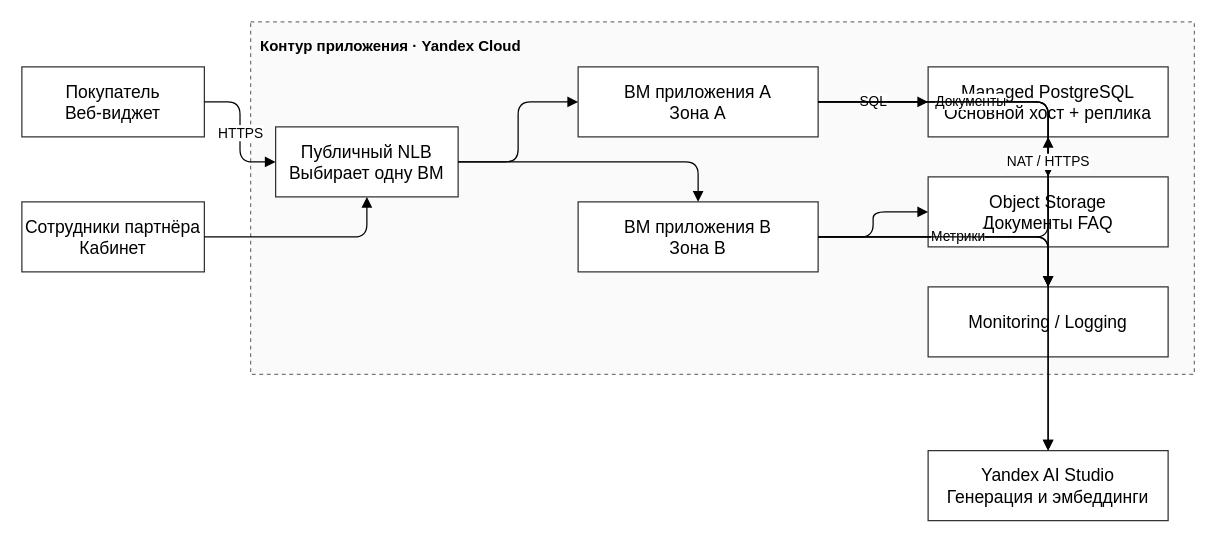
Earlier version of the draw.io diagram page "Production с API" (3 of 4) of lab4/diagrams/faq-ai.drawio (Roman-Elchiyan/2026_2027-cloud-platforms-as-the-basis-of-technology-entrepreneurship-u4225-Elchiyan_R_R). Source tidied: cells renumbered, new cells numbered last; positions are measured from the earlier drawing's top-left corner, leaving out a move shared by most shapes. Both pictures are drawn from the tidied source at 125%, with x=0, y=0 at pixel (21, 21).
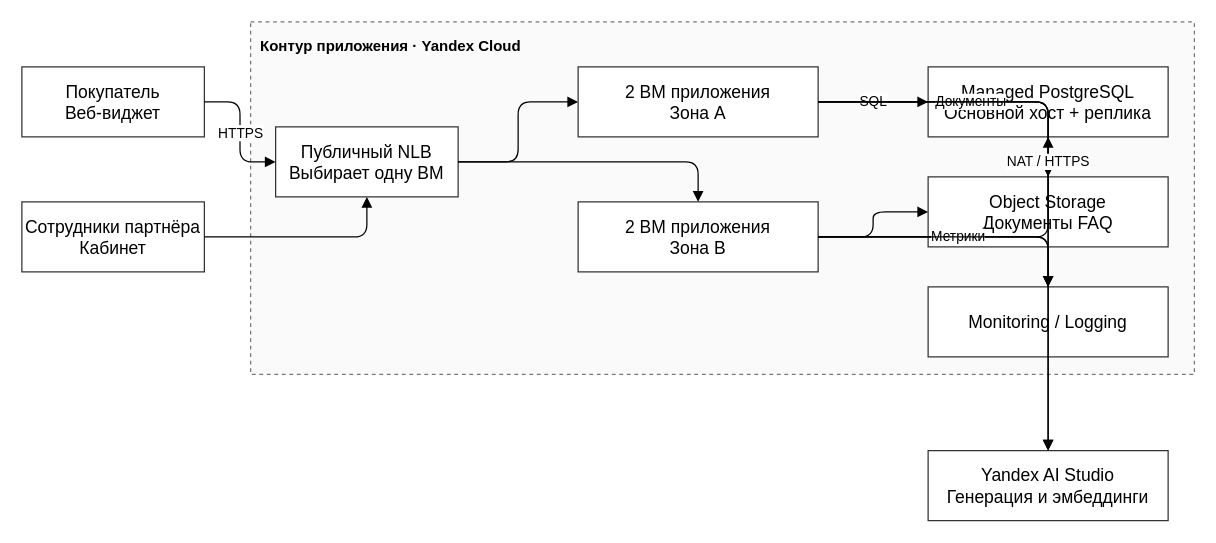
After the change.

What changed in the source:
```diff
@@
-    <mxCell id="4" value="ВМ приложения A&lt;br&gt;Зона A" style="whiteSpace=wrap;html=1;fillColor=#ffffff;strokeColor=#333333;fontSize=14;" parent="1" vertex="1">
+    <mxCell id="4" value="2 ВМ приложения&lt;br&gt;Зона A" style="whiteSpace=wrap;html=1;fillColor=#ffffff;strokeColor=#333333;fontSize=14;" parent="1" vertex="1">
       <mxGeometry x="445" y="36" width="192" height="56" as="geometry" />
     </mxCell>
-    <mxCell id="5" value="ВМ приложения B&lt;br&gt;Зона B" style="whiteSpace=wrap;html=1;fillColor=#ffffff;strokeColor=#333333;fontSize=14;" parent="1" vertex="1">
+    <mxCell id="5" value="2 ВМ приложения&lt;br&gt;Зона B" style="whiteSpace=wrap;html=1;fillColor=#ffffff;strokeColor=#333333;fontSize=14;" parent="1" vertex="1">
       <mxGeometry x="445" y="144" width="192" height="56" as="geometry" />
     </mxCell>
```
